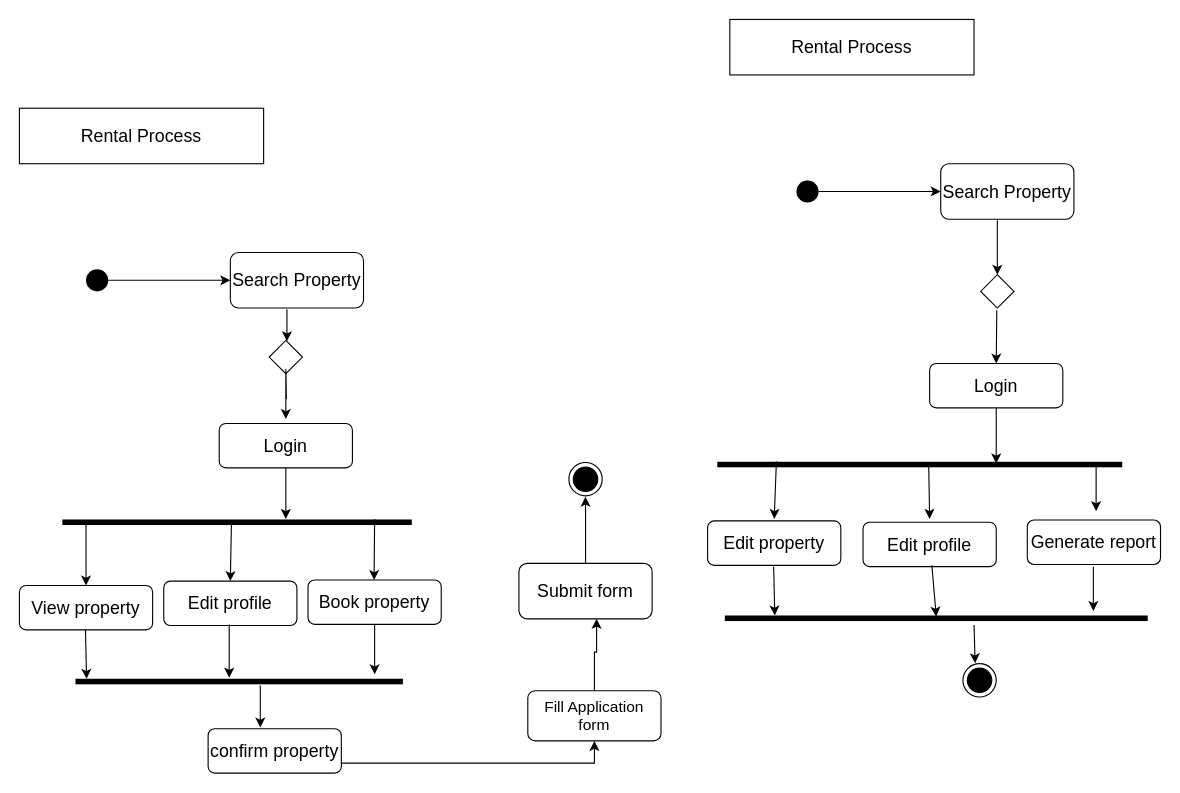
Sbdpratik/gharbeti keeps this draw.io diagram as page "Activity Diagram" (6 of 7) of GharBeti(Diagrams).drawio. Above is the earlier version. Source tidied: cells renumbered, new cells numbered last; positions are measured from the earlier drawing's top-left corner, leaving out a move shared by most shapes. Both pictures are drawn from the tidied source at 111%, with x=0, y=0 at pixel (19, 19).
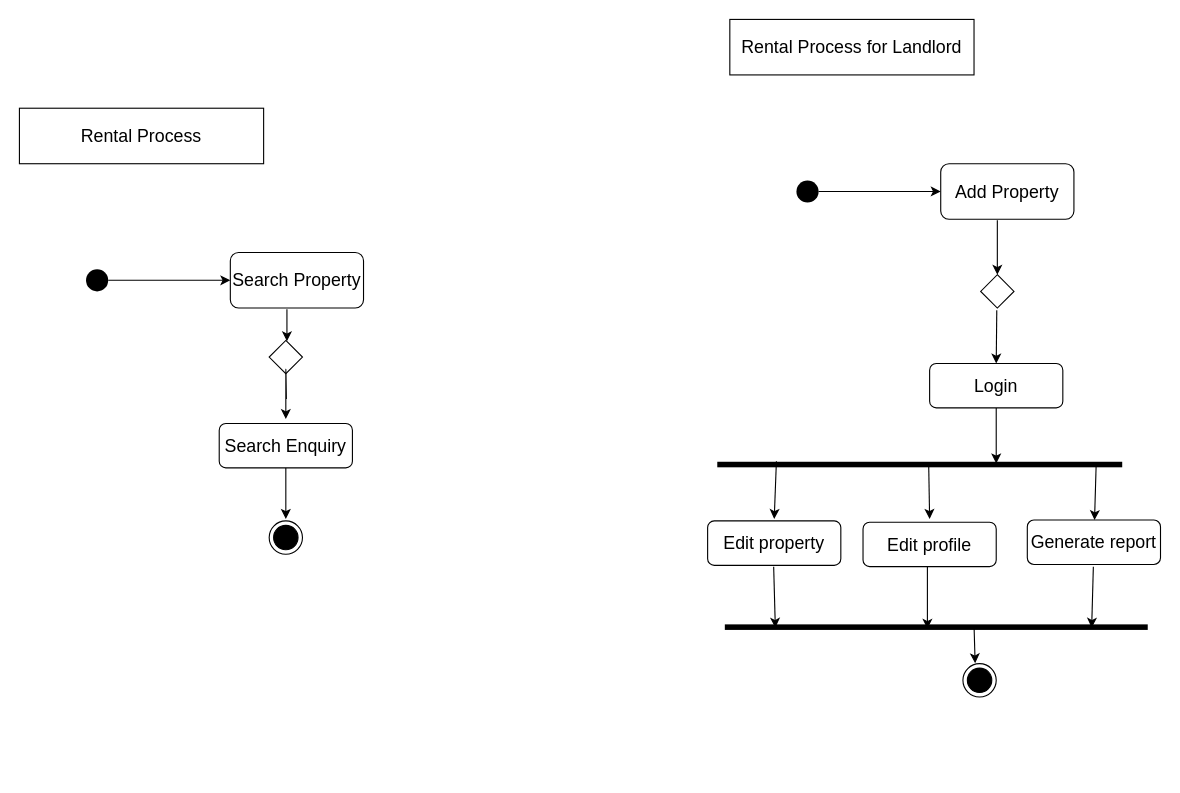
The same page after the edit.

The change refers to these unchanged cells:
```xml
<mxCell id="38" value="&lt;font size=&quot;3&quot;&gt;Generate report&lt;/font&gt;" style="rounded=1;whiteSpace=wrap;html=1;" parent="1" vertex="1">
  <mxGeometry x="908" y="451" width="120" height="40" as="geometry" />
</mxCell>
```

Change to the diagram source:
```diff
@@
-    <mxCell id="10" value="&lt;font size=&quot;3&quot;&gt;Login&lt;/font&gt;" style="rounded=1;whiteSpace=wrap;html=1;" parent="1" vertex="1">
+    <mxCell id="10" value="&lt;font size=&quot;3&quot;&gt;Search Enquiry&lt;/font&gt;" style="rounded=1;whiteSpace=wrap;html=1;" parent="1" vertex="1">
       <mxGeometry x="180" y="364" width="120" height="40" as="geometry" />
     </mxCell>
-    <mxCell id="11" style="html=1;points=[];perimeter=orthogonalPerimeter;fillColor=#000000;strokeColor=none;rotation=-90;" parent="1" vertex="1">
-      <mxGeometry x="193.6" y="295.6" width="5" height="314.8" as="geometry" />
-    </mxCell>
-    <mxCell id="12" style="edgeStyle=orthogonalEdgeStyle;rounded=0;jettySize=auto;html=1;entryX=0.583;entryY=1;entryDx=0;entryDy=0;entryPerimeter=0;" parent="1" edge="1" source="13" target="25">
-      <mxGeometry relative="1" as="geometry">
-        <Array as="points">
-          <mxPoint x="518" y="570" />
-          <mxPoint x="520" y="570" />
-        </Array>
-      </mxGeometry>
-    </mxCell>
-    <mxCell id="13" value="&lt;font style=&quot;font-size: 14px&quot;&gt;Fill Application form&lt;/font&gt;" style="rounded=1;whiteSpace=wrap;html=1;" parent="1" vertex="1">
-      <mxGeometry x="458" y="604.8" width="120" height="45.2" as="geometry" />
-    </mxCell>
-    <mxCell id="14" value="&lt;font size=&quot;3&quot;&gt;View property&lt;/font&gt;" style="rounded=1;whiteSpace=wrap;html=1;" parent="1" vertex="1">
-      <mxGeometry y="510" width="120" height="40" as="geometry" />
-    </mxCell>
-    <mxCell id="15" style="edgeStyle=orthogonalEdgeStyle;rounded=0;jettySize=auto;html=1;entryX=0.5;entryY=1;entryDx=0;entryDy=0;" parent="1" edge="1" source="16" target="13">
-      <mxGeometry relative="1" as="geometry">
-        <Array as="points">
-          <mxPoint x="518" y="670" />
-        </Array>
-      </mxGeometry>
-    </mxCell>
-    <mxCell id="16" value="&lt;font size=&quot;3&quot;&gt;confirm property&lt;/font&gt;" style="rounded=1;whiteSpace=wrap;html=1;" parent="1" vertex="1">
-      <mxGeometry x="170" y="639" width="120" height="40" as="geometry" />
-    </mxCell>
-    <mxCell id="17" value="&lt;font size=&quot;3&quot;&gt;Book property&lt;/font&gt;" style="rounded=1;whiteSpace=wrap;html=1;" parent="1" vertex="1">
-      <mxGeometry x="260" y="505" width="120" height="40" as="geometry" />
-    </mxCell>
-    <mxCell id="18" style="html=1;perimeter=orthogonalPerimeter;fillColor=#000000;strokeColor=none;rotation=-90;" parent="1" vertex="1">
-      <mxGeometry x="195.5" y="449" width="5" height="295" as="geometry" />
-    </mxCell>
-    <mxCell id="19" style="endArrow=classic;html=1;entryX=0.425;entryY=0;entryDx=0;entryDy=0;entryPerimeter=0;" parent="1" edge="1">
-      <mxGeometry relative="1" as="geometry">
-        <mxPoint x="217" y="600" as="sourcePoint" />
-        <mxPoint x="217" y="638" as="targetPoint" />
-      </mxGeometry>
-    </mxCell>
-    <mxCell id="20" style="endArrow=classic;html=1;" parent="1" edge="1">
-      <mxGeometry relative="1" as="geometry">
-        <mxPoint x="59.5" y="550" as="sourcePoint" />
-        <mxPoint x="60.5" y="594" as="targetPoint" />
-      </mxGeometry>
-    </mxCell>
-    <mxCell id="21" style="endArrow=classic;html=1;" parent="1" edge="1">
-      <mxGeometry relative="1" as="geometry">
-        <mxPoint x="320" y="545" as="sourcePoint" />
-        <mxPoint x="320" y="590" as="targetPoint" />
-      </mxGeometry>
-    </mxCell>
-    <mxCell id="22" style="endArrow=classic;html=1;entryX=0.5;entryY=0;entryDx=0;entryDy=0;" parent="1" edge="1" source="11" target="14">
-      <mxGeometry relative="1" as="geometry" />
-    </mxCell>
-    <mxCell id="23" style="endArrow=classic;html=1;" parent="1" edge="1">
-      <mxGeometry relative="1" as="geometry">
-        <mxPoint x="320" y="450" as="sourcePoint" />
-        <mxPoint x="319.5" y="505" as="targetPoint" />
-      </mxGeometry>
-    </mxCell>
-    <mxCell id="24" style="edgeStyle=orthogonalEdgeStyle;rounded=0;jettySize=auto;html=1;" parent="1" edge="1" source="25">
-      <mxGeometry relative="1" as="geometry">
-        <mxPoint x="510" y="430" as="targetPoint" />
-      </mxGeometry>
-    </mxCell>
-    <mxCell id="25" value="&lt;font size=&quot;3&quot;&gt;Submit form&lt;/font&gt;" style="rounded=1;whiteSpace=wrap;html=1;" parent="1" vertex="1">
-      <mxGeometry x="450" y="490" width="120" height="50" as="geometry" />
-    </mxCell>
     <mxCell id="26" style="ellipse;html=1;shape=endState;fillColor=#000000;strokeColor=#000000;" parent="1" vertex="1">
-      <mxGeometry x="495" y="399.2" width="30" height="30" as="geometry" />
+      <mxGeometry x="225" y="451.8" width="30" height="30" as="geometry" />
     </mxCell>
-    <mxCell id="27" value="&lt;font size=&quot;3&quot;&gt;Rental Process&lt;/font&gt;" style="rounded=0;whiteSpace=wrap;html=1;" parent="1" vertex="1">
+    <mxCell id="27" value="&lt;font size=&quot;3&quot;&gt;Rental Process for Landlord&lt;/font&gt;" style="rounded=0;whiteSpace=wrap;html=1;" parent="1" vertex="1">
       <mxGeometry x="640" width="220" height="50" as="geometry" />
     </mxCell>
-    <mxCell id="28" value="&lt;font size=&quot;3&quot;&gt;Search Property&lt;/font&gt;" style="rounded=1;whiteSpace=wrap;html=1;" parent="1" vertex="1">
+    <mxCell id="28" value="&lt;font size=&quot;3&quot;&gt;Add Property&lt;/font&gt;" style="rounded=1;whiteSpace=wrap;html=1;" parent="1" vertex="1">
       <mxGeometry x="830" y="130" width="120" height="50" as="geometry" />
     </mxCell>
@@
     <mxCell id="39" style="html=1;points=[];perimeter=orthogonalPerimeter;fillColor=#000000;strokeColor=none;rotation=-90;" parent="1" vertex="1">
-      <mxGeometry x="823.5" y="349" width="5" height="381" as="geometry" />
+      <mxGeometry x="823.5" y="357" width="5" height="381" as="geometry" />
     </mxCell>
@@
     <mxCell id="41" style="endArrow=classic;html=1;" parent="1" edge="1">
       <mxGeometry relative="1" as="geometry">
         <mxPoint x="679.5" y="493" as="sourcePoint" />
-        <mxPoint x="680.5" y="537" as="targetPoint" />
+        <mxPoint x="681" y="548" as="targetPoint" />
       </mxGeometry>
     </mxCell>
     <mxCell id="42" style="endArrow=classic;html=1;" parent="1" edge="1">
       <mxGeometry relative="1" as="geometry">
         <mxPoint x="967.5" y="493" as="sourcePoint" />
-        <mxPoint x="967.5" y="533" as="targetPoint" />
+        <mxPoint x="966" y="548" as="targetPoint" />
       </mxGeometry>
     </mxCell>
@@
-    <mxCell id="44" style="endArrow=classic;html=1;" parent="1" edge="1">
+    <mxCell id="44" style="endArrow=classic;html=1;" parent="1" edge="1" target="38">
       <mxGeometry relative="1" as="geometry">
         <mxPoint x="970" y="402" as="sourcePoint" />
-        <mxPoint x="970" y="443" as="targetPoint" />
       </mxGeometry>
     </mxCell>
@@
-    <mxCell id="47" value="&lt;font size=&quot;3&quot;&gt;Edit profile&lt;/font&gt;" style="rounded=1;whiteSpace=wrap;html=1;" parent="1" vertex="1">
-      <mxGeometry x="130" y="506" width="120" height="40" as="geometry" />
-    </mxCell>
-    <mxCell id="48" style="endArrow=classic;html=1;entryX=0.8;entryY=0.5;entryDx=0;entryDy=0;entryPerimeter=0;" parent="1" edge="1" target="39">
+    <mxCell id="48" style="endArrow=classic;html=1;entryX=0.2;entryY=0.479;entryDx=0;entryDy=0;entryPerimeter=0;" parent="1" edge="1" target="39">
       <mxGeometry relative="1" as="geometry">
-        <mxPoint x="822" y="491.8" as="sourcePoint" />
+        <mxPoint x="818" y="493" as="sourcePoint" />
       </mxGeometry>
     </mxCell>
-    <mxCell id="49" style="endArrow=classic;html=1;entryX=0.5;entryY=0;entryDx=0;entryDy=0;exitX=0.901;exitY=0.484;exitDx=0;exitDy=0;exitPerimeter=0;" parent="1" edge="1" source="11" target="47">
-      <mxGeometry relative="1" as="geometry" />
-    </mxCell>
@@
-    <mxCell id="51" style="endArrow=classic;html=1;entryX=0.425;entryY=0;entryDx=0;entryDy=0;entryPerimeter=0;" parent="1" edge="1">
-      <mxGeometry relative="1" as="geometry">
-        <mxPoint x="189" y="545" as="sourcePoint" />
-        <mxPoint x="189" y="593" as="targetPoint" />
-      </mxGeometry>
-    </mxCell>
```
